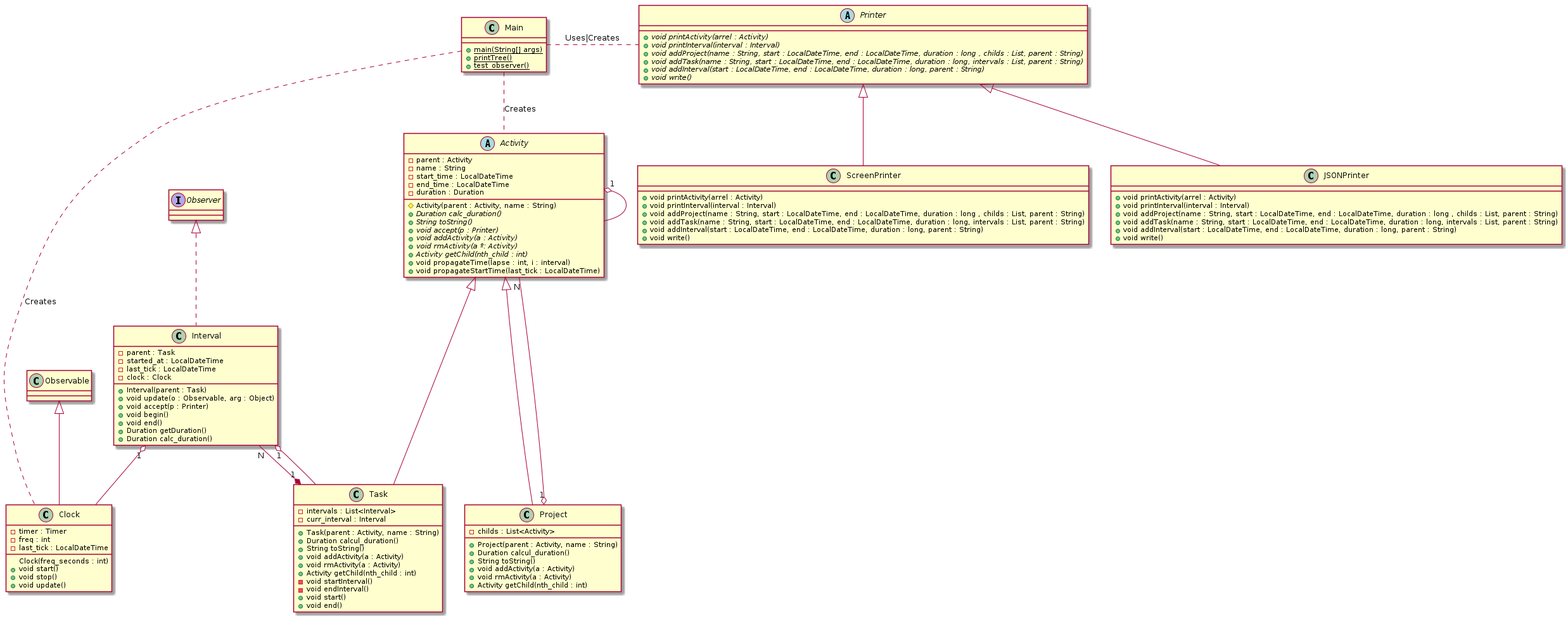
Earlier version of the PlantUML export diagrama_classes.png (Yahao277/TimeTracker).
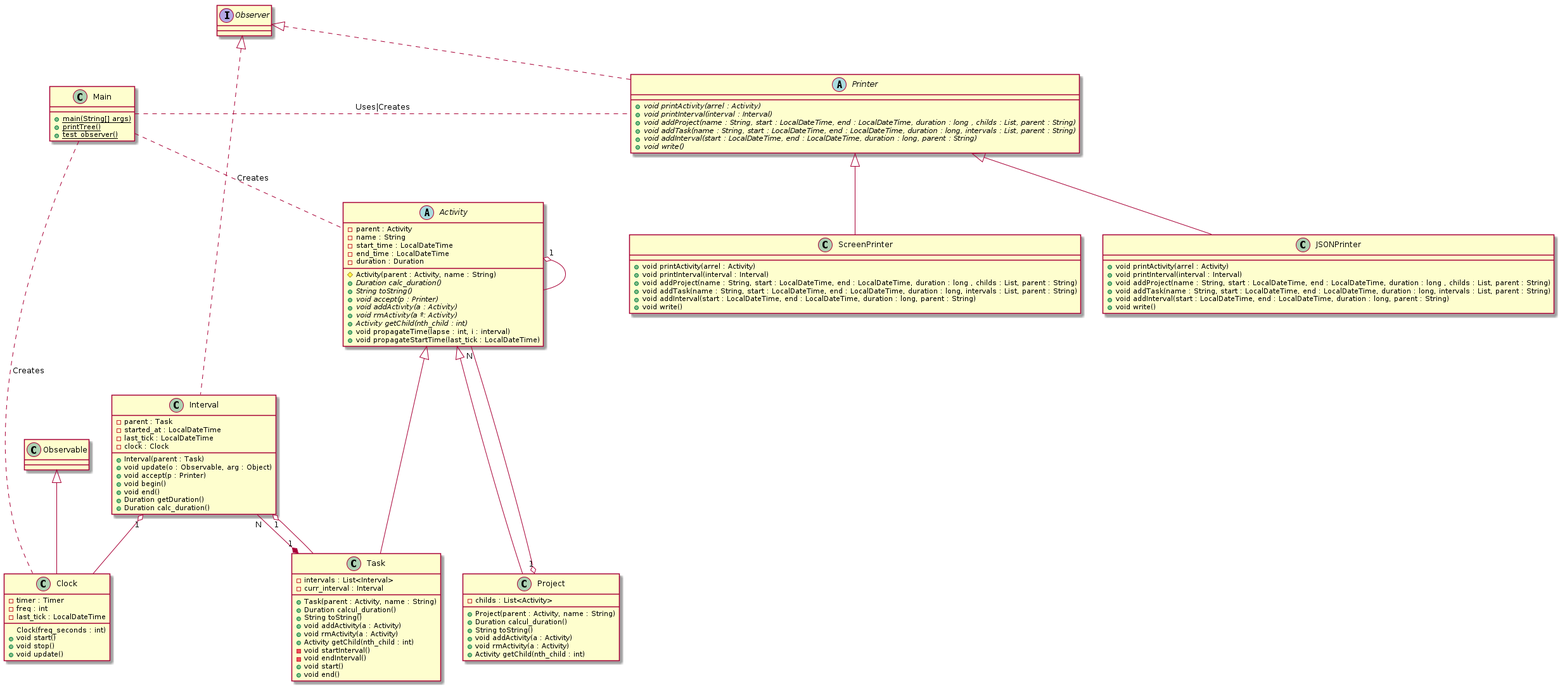
The same diagram one commit later.

What changed in the source:
```diff
@@ -120,7 +120,7 @@
 
 }
 
-abstract class Printer {
+abstract class Printer implements Observer {
 
     {abstract} + void printActivity(arrel : Activity)
     {abstract} + void printInterval(interval : Interval)
```
